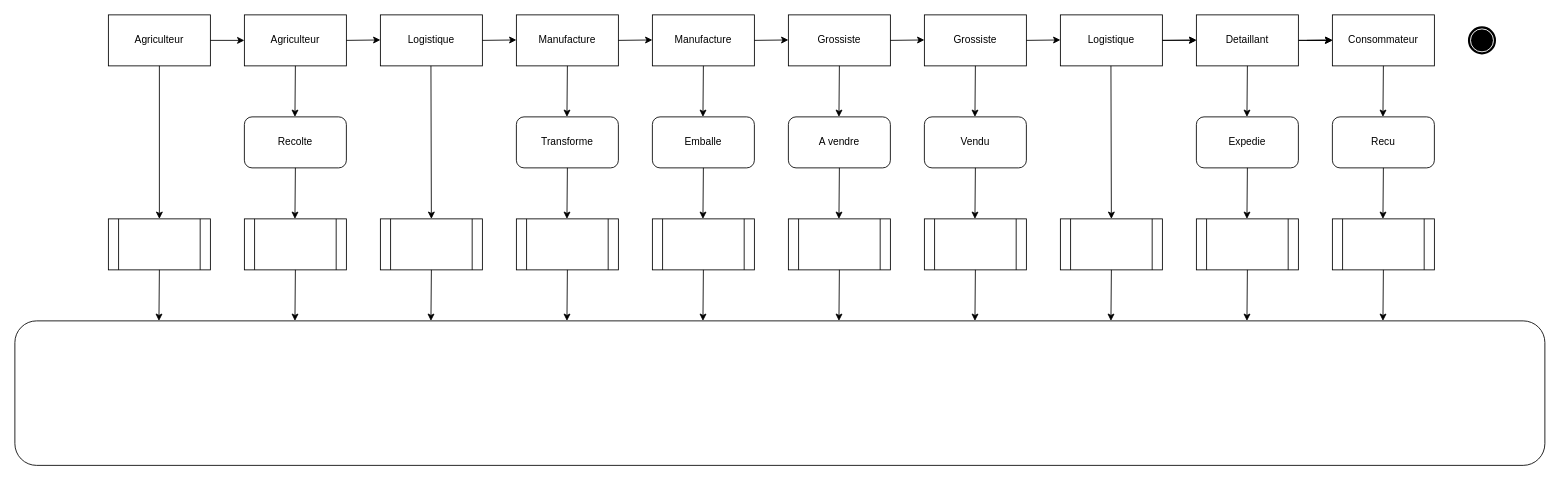
Above: Untitled Diagram.drawio in loosker95/diagramme-d-etat (draw.io), before the change. Source tidied: cells renumbered, new cells numbered last; positions are measured from the earlier drawing's top-left corner, leaving out a move shared by most shapes. Both pictures are drawn from the tidied source at 85%, with x=0, y=0 at pixel (14, 14).
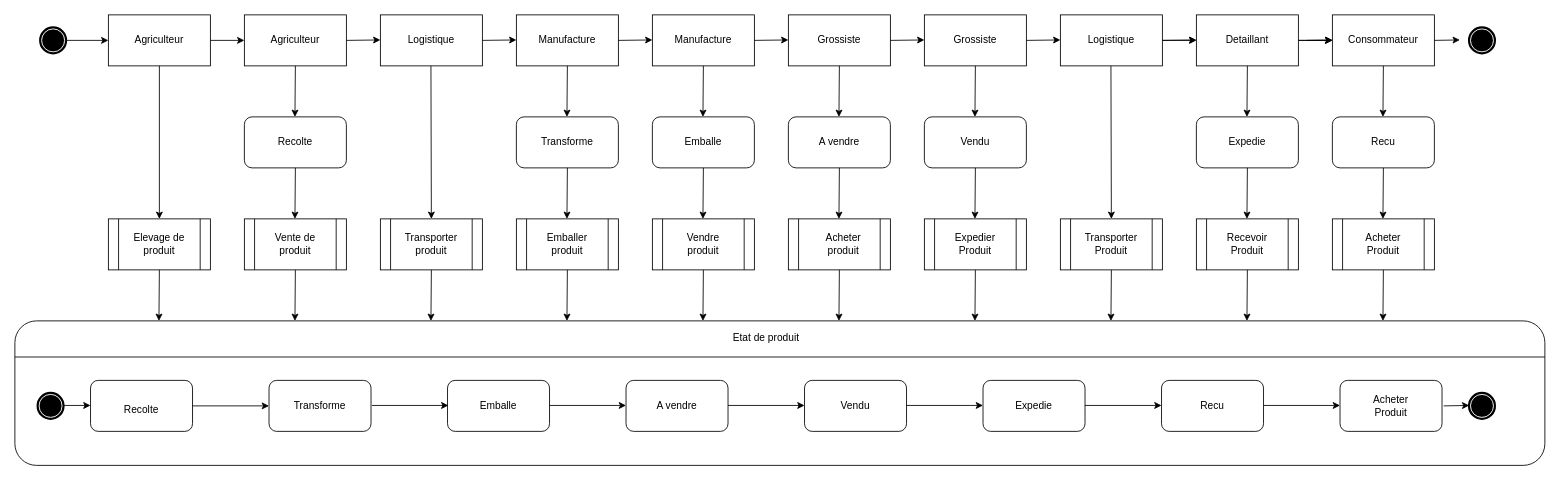
The same page after the edit.

Unchanged cells that the change refers to:
```xml
<mxCell id="2" style="rounded=0;whiteSpace=wrap;html=1;" parent="1" vertex="1">
  <mxGeometry x="110" width="120" height="60" as="geometry" />
</mxCell>
<mxCell id="76" style="rounded=1;whiteSpace=wrap;html=1;" parent="1" vertex="1">
  <mxGeometry y="360" width="1800" height="170" as="geometry" />
</mxCell>
```

The edit, as a diff of the source:
```diff
@@
+    <mxCell id="87" style="endArrow=none;html=1;exitX=0;exitY=0.25;exitDx=0;exitDy=0;entryX=1;entryY=0.25;entryDx=0;entryDy=0;" parent="1" edge="1" source="76" target="76">
+      <mxGeometry relative="1" as="geometry" />
+    </mxCell>
+    <mxCell id="88" value="Elevage de produit" style="text;html=1;strokeColor=none;fillColor=none;align=center;verticalAlign=middle;whiteSpace=wrap;rounded=0;" parent="1" vertex="1">
+      <mxGeometry x="135" y="260" width="70" height="20" as="geometry" />
+    </mxCell>
+    <mxCell id="89" value="Vente de produit" style="text;html=1;strokeColor=none;fillColor=none;align=center;verticalAlign=middle;whiteSpace=wrap;rounded=0;" parent="1" vertex="1">
+      <mxGeometry x="295" y="260" width="70" height="20" as="geometry" />
+    </mxCell>
+    <mxCell id="90" value="Transporter produit" style="text;html=1;strokeColor=none;fillColor=none;align=center;verticalAlign=middle;whiteSpace=wrap;rounded=0;" parent="1" vertex="1">
+      <mxGeometry x="455" y="260" width="70" height="20" as="geometry" />
+    </mxCell>
+    <mxCell id="91" value="Emballer produit" style="text;html=1;strokeColor=none;fillColor=none;align=center;verticalAlign=middle;whiteSpace=wrap;rounded=0;" parent="1" vertex="1">
+      <mxGeometry x="615" y="260" width="70" height="20" as="geometry" />
+    </mxCell>
+    <mxCell id="92" value="Vendre produit" style="text;html=1;strokeColor=none;fillColor=none;align=center;verticalAlign=middle;whiteSpace=wrap;rounded=0;" parent="1" vertex="1">
+      <mxGeometry x="775" y="260" width="70" height="20" as="geometry" />
+    </mxCell>
+    <mxCell id="93" value="Acheter produit" style="text;html=1;strokeColor=none;fillColor=none;align=center;verticalAlign=middle;whiteSpace=wrap;rounded=0;" parent="1" vertex="1">
+      <mxGeometry x="940" y="260" width="70" height="20" as="geometry" />
+    </mxCell>
+    <mxCell id="94" value="Expedier Produit" style="text;html=1;strokeColor=none;fillColor=none;align=center;verticalAlign=middle;whiteSpace=wrap;rounded=0;" parent="1" vertex="1">
+      <mxGeometry x="1095" y="260" width="70" height="20" as="geometry" />
+    </mxCell>
+    <mxCell id="95" value="Transporter Produit" style="text;html=1;strokeColor=none;fillColor=none;align=center;verticalAlign=middle;whiteSpace=wrap;rounded=0;" parent="1" vertex="1">
+      <mxGeometry x="1255" y="260" width="70" height="20" as="geometry" />
+    </mxCell>
+    <mxCell id="96" value="Recevoir Produit" style="text;html=1;strokeColor=none;fillColor=none;align=center;verticalAlign=middle;whiteSpace=wrap;rounded=0;" parent="1" vertex="1">
+      <mxGeometry x="1415" y="260" width="70" height="20" as="geometry" />
+    </mxCell>
+    <mxCell id="97" value="Acheter Produit" style="text;html=1;strokeColor=none;fillColor=none;align=center;verticalAlign=middle;whiteSpace=wrap;rounded=0;" parent="1" vertex="1">
+      <mxGeometry x="1575" y="260" width="70" height="20" as="geometry" />
+    </mxCell>
+    <mxCell id="98" style="endArrow=classic;html=1;entryX=0;entryY=0.5;entryDx=0;entryDy=0;" parent="1" edge="1">
+      <mxGeometry relative="1" as="geometry">
+        <mxPoint x="1670" y="30" as="sourcePoint" />
+        <mxPoint x="1700" y="29.5" as="targetPoint" />
+      </mxGeometry>
+    </mxCell>
+    <mxCell id="99" style="rounded=1;whiteSpace=wrap;html=1;" parent="1" vertex="1">
+      <mxGeometry x="89" y="430" width="120" height="60" as="geometry" />
+    </mxCell>
+    <mxCell id="100" style="rounded=1;whiteSpace=wrap;html=1;" parent="1" vertex="1">
+      <mxGeometry x="299" y="430" width="120" height="60" as="geometry" />
+    </mxCell>
+    <mxCell id="101" style="rounded=1;whiteSpace=wrap;html=1;" parent="1" vertex="1">
+      <mxGeometry x="509" y="430" width="120" height="60" as="geometry" />
+    </mxCell>
+    <mxCell id="102" style="rounded=1;whiteSpace=wrap;html=1;" parent="1" vertex="1">
+      <mxGeometry x="719" y="430" width="120" height="60" as="geometry" />
+    </mxCell>
+    <mxCell id="103" style="rounded=1;whiteSpace=wrap;html=1;" parent="1" vertex="1">
+      <mxGeometry x="929" y="430" width="120" height="60" as="geometry" />
+    </mxCell>
+    <mxCell id="104" style="rounded=1;whiteSpace=wrap;html=1;" parent="1" vertex="1">
+      <mxGeometry x="1139" y="430" width="120" height="60" as="geometry" />
+    </mxCell>
+    <mxCell id="105" style="rounded=1;whiteSpace=wrap;html=1;" parent="1" vertex="1">
+      <mxGeometry x="1349" y="430" width="120" height="60" as="geometry" />
+    </mxCell>
+    <mxCell id="106" style="rounded=1;whiteSpace=wrap;html=1;" parent="1" vertex="1">
+      <mxGeometry x="1559" y="430" width="120" height="60" as="geometry" />
+    </mxCell>
+    <mxCell id="107" style="endArrow=classic;html=1;" parent="1" edge="1" target="100">
+      <mxGeometry relative="1" as="geometry">
+        <mxPoint x="209" y="460" as="sourcePoint" />
+      </mxGeometry>
+    </mxCell>
+    <mxCell id="108" style="endArrow=classic;html=1;" parent="1" edge="1">
+      <mxGeometry relative="1" as="geometry">
+        <mxPoint x="420" y="459.5" as="sourcePoint" />
+        <mxPoint x="510" y="459.5" as="targetPoint" />
+      </mxGeometry>
+    </mxCell>
+    <mxCell id="109" style="endArrow=classic;html=1;" parent="1" edge="1">
+      <mxGeometry relative="1" as="geometry">
+        <mxPoint x="629" y="459.5" as="sourcePoint" />
+        <mxPoint x="719" y="459.5" as="targetPoint" />
+      </mxGeometry>
+    </mxCell>
+    <mxCell id="110" style="endArrow=classic;html=1;" parent="1" edge="1">
+      <mxGeometry relative="1" as="geometry">
+        <mxPoint x="839" y="459.5" as="sourcePoint" />
+        <mxPoint x="929" y="459.5" as="targetPoint" />
+      </mxGeometry>
+    </mxCell>
+    <mxCell id="111" style="endArrow=classic;html=1;" parent="1" edge="1">
+      <mxGeometry relative="1" as="geometry">
+        <mxPoint x="1049" y="459.5" as="sourcePoint" />
+        <mxPoint x="1139" y="459.5" as="targetPoint" />
+      </mxGeometry>
+    </mxCell>
+    <mxCell id="112" style="endArrow=classic;html=1;" parent="1" edge="1">
+      <mxGeometry relative="1" as="geometry">
+        <mxPoint x="1259" y="459.5" as="sourcePoint" />
+        <mxPoint x="1349" y="459.5" as="targetPoint" />
+      </mxGeometry>
+    </mxCell>
+    <mxCell id="113" style="endArrow=classic;html=1;" parent="1" edge="1">
+      <mxGeometry relative="1" as="geometry">
+        <mxPoint x="1469" y="459.5" as="sourcePoint" />
+        <mxPoint x="1559" y="459.5" as="targetPoint" />
+      </mxGeometry>
+    </mxCell>
+    <mxCell id="114" style="shape=mxgraph.bpmn.shape;html=1;verticalLabelPosition=bottom;labelBackgroundColor=#ffffff;verticalAlign=top;align=center;perimeter=ellipsePerimeter;outline=end;symbol=terminate;" parent="1" vertex="1">
+      <mxGeometry x="1711" y="445" width="30" height="30" as="geometry" />
+    </mxCell>
+    <mxCell id="115" style="endArrow=classic;html=1;entryX=0;entryY=0.5;entryDx=0;entryDy=0;" parent="1" edge="1">
+      <mxGeometry relative="1" as="geometry">
+        <mxPoint x="1681" y="460" as="sourcePoint" />
+        <mxPoint x="1711" y="459.5" as="targetPoint" />
+      </mxGeometry>
+    </mxCell>
+    <mxCell id="116" value="Recolte" style="text;html=1;strokeColor=none;fillColor=none;align=center;verticalAlign=middle;whiteSpace=wrap;rounded=0;" parent="1" vertex="1">
+      <mxGeometry x="129" y="455" width="40" height="20" as="geometry" />
+    </mxCell>
+    <mxCell id="117" value="Transforme" style="text;html=1;strokeColor=none;fillColor=none;align=center;verticalAlign=middle;whiteSpace=wrap;rounded=0;" parent="1" vertex="1">
+      <mxGeometry x="339" y="450" width="40" height="20" as="geometry" />
+    </mxCell>
+    <mxCell id="118" value="Emballe" style="text;html=1;strokeColor=none;fillColor=none;align=center;verticalAlign=middle;whiteSpace=wrap;rounded=0;" parent="1" vertex="1">
+      <mxGeometry x="549" y="450" width="40" height="20" as="geometry" />
+    </mxCell>
+    <mxCell id="119" value="A vendre" style="text;html=1;strokeColor=none;fillColor=none;align=center;verticalAlign=middle;whiteSpace=wrap;rounded=0;" parent="1" vertex="1">
+      <mxGeometry x="749" y="450" width="60" height="20" as="geometry" />
+    </mxCell>
+    <mxCell id="120" value="Vendu" style="text;html=1;strokeColor=none;fillColor=none;align=center;verticalAlign=middle;whiteSpace=wrap;rounded=0;" parent="1" vertex="1">
+      <mxGeometry x="969" y="450" width="40" height="20" as="geometry" />
+    </mxCell>
+    <mxCell id="121" value="Expedie" style="text;html=1;strokeColor=none;fillColor=none;align=center;verticalAlign=middle;whiteSpace=wrap;rounded=0;" parent="1" vertex="1">
+      <mxGeometry x="1179" y="450" width="40" height="20" as="geometry" />
+    </mxCell>
+    <mxCell id="122" value="Recu" style="text;html=1;strokeColor=none;fillColor=none;align=center;verticalAlign=middle;whiteSpace=wrap;rounded=0;" parent="1" vertex="1">
+      <mxGeometry x="1389" y="450" width="40" height="20" as="geometry" />
+    </mxCell>
+    <mxCell id="123" value="Acheter Produit" style="text;html=1;strokeColor=none;fillColor=none;align=center;verticalAlign=middle;whiteSpace=wrap;rounded=0;" parent="1" vertex="1">
+      <mxGeometry x="1584" y="450" width="70" height="20" as="geometry" />
+    </mxCell>
+    <mxCell id="124" value="Etat de produit" style="text;html=1;strokeColor=none;fillColor=none;align=center;verticalAlign=middle;whiteSpace=wrap;rounded=0;" parent="1" vertex="1">
+      <mxGeometry x="826" y="370" width="116" height="20" as="geometry" />
+    </mxCell>
+    <mxCell id="125" style="shape=mxgraph.bpmn.shape;html=1;verticalLabelPosition=bottom;labelBackgroundColor=#ffffff;verticalAlign=top;align=center;perimeter=ellipsePerimeter;outline=end;symbol=terminate;" parent="1" vertex="1">
+      <mxGeometry x="30" y="15" width="30" height="30" as="geometry" />
+    </mxCell>
+    <mxCell id="126" style="endArrow=classic;html=1;entryX=0;entryY=0.5;entryDx=0;entryDy=0;" parent="1" edge="1" target="2">
+      <mxGeometry relative="1" as="geometry">
+        <mxPoint x="60" y="30" as="sourcePoint" />
+      </mxGeometry>
+    </mxCell>
+    <mxCell id="127" style="endArrow=classic;html=1;entryX=0;entryY=0.5;entryDx=0;entryDy=0;" parent="1" edge="1">
+      <mxGeometry relative="1" as="geometry">
+        <mxPoint x="39" y="459.5" as="sourcePoint" />
+        <mxPoint x="89" y="459.5" as="targetPoint" />
+      </mxGeometry>
+    </mxCell>
+    <mxCell id="128" style="shape=mxgraph.bpmn.shape;html=1;verticalLabelPosition=bottom;labelBackgroundColor=#ffffff;verticalAlign=top;align=center;perimeter=ellipsePerimeter;outline=end;symbol=terminate;" parent="1" vertex="1">
+      <mxGeometry x="27" y="445" width="30" height="30" as="geometry" />
+    </mxCell>
```
